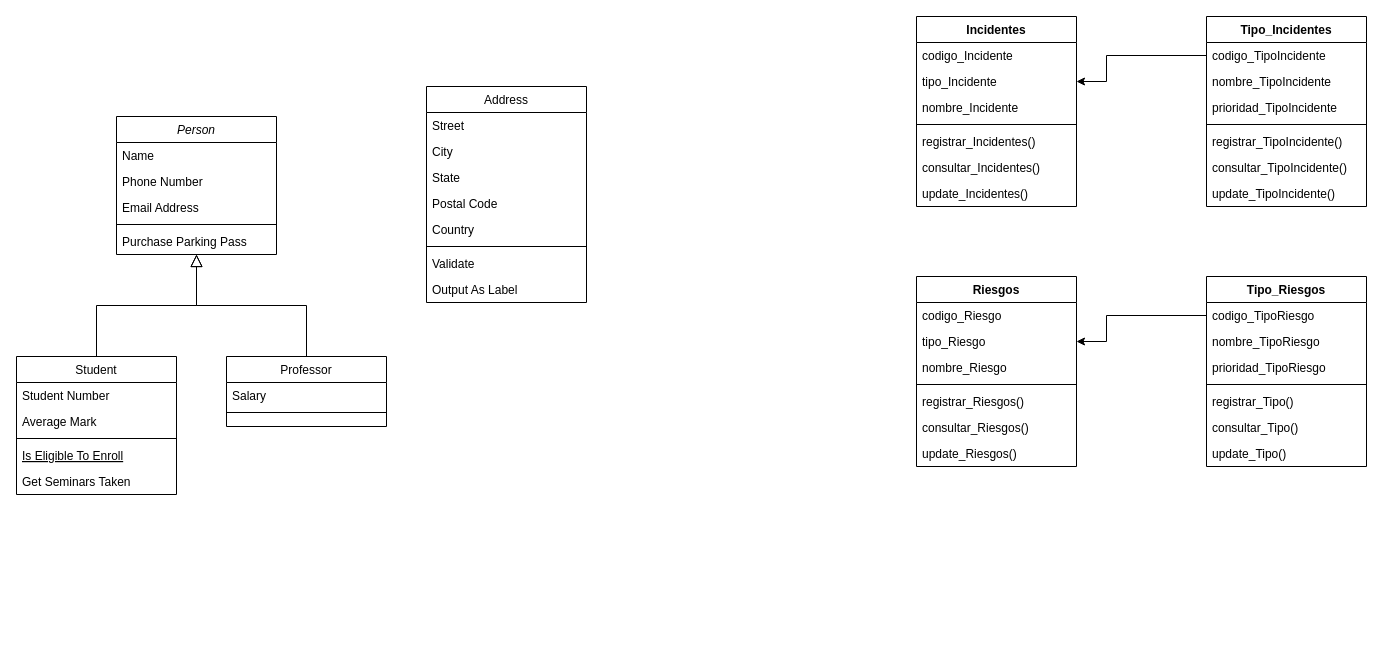
Earlier version of the draw.io diagram page "Page-1" (2 of 6) of Untitled Diagram.drawio (dpeter1290/riesgoseincidentesSST). Source tidied: cells renumbered, new cells numbered last; positions are measured from the earlier drawing's top-left corner, leaving out a move shared by most shapes. Both pictures are drawn from the tidied source at 100%, with x=0, y=0 at pixel (16, 16).
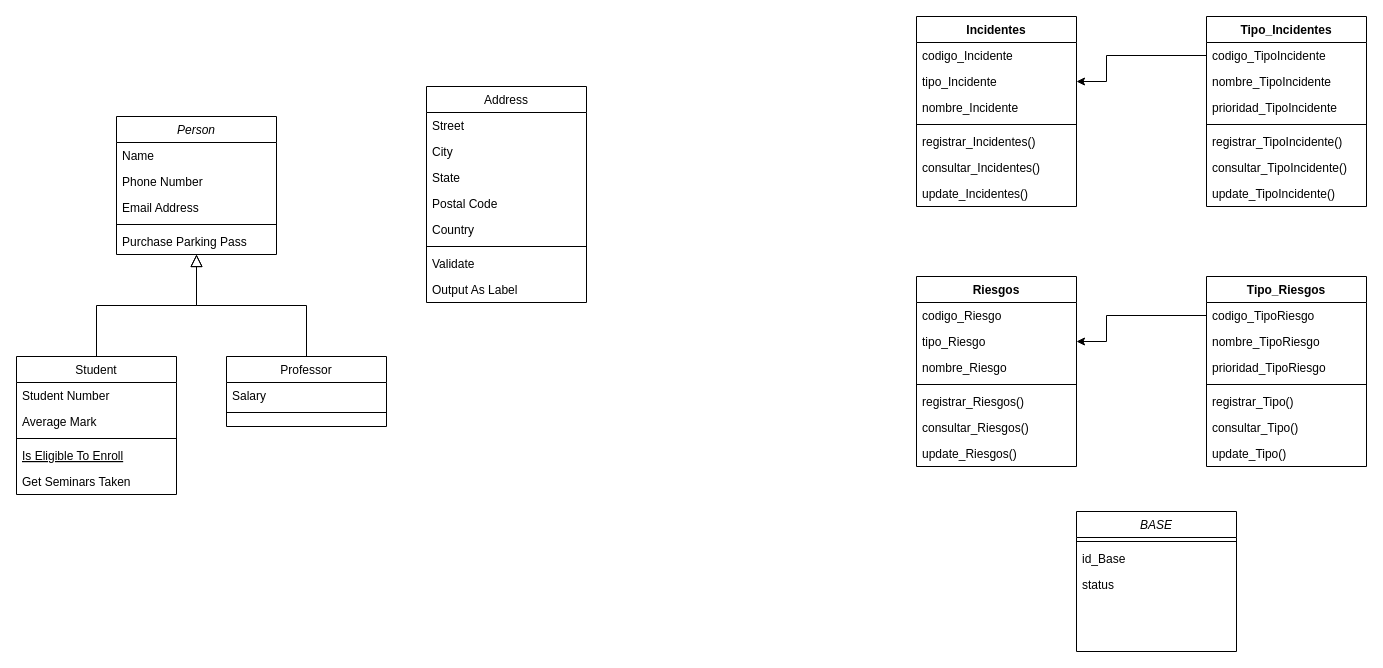
Above is the later version.

Diff of the diagram source:
```diff
@@
+    <mxCell id="62" value="BASE" style="swimlane;fontStyle=2;align=center;verticalAlign=top;horizontal=1;startSize=26;rounded=0;shadow=0;strokeWidth=1;" parent="1" vertex="1">
+      <mxGeometry x="1060" y="495" width="160" height="140" as="geometry" />
+    </mxCell>
+    <mxCell id="63" style="line;html=1;strokeWidth=1;align=left;verticalAlign=middle;spacingTop=-1;spacingLeft=3;spacingRight=3;labelPosition=right;" parent="62" vertex="1">
+      <mxGeometry y="26" width="160" height="8" as="geometry" />
+    </mxCell>
+    <mxCell id="64" value="id_Base" style="text;align=left;verticalAlign=top;spacingLeft=4;spacingRight=4;overflow=hidden;" parent="62" vertex="1">
+      <mxGeometry y="34" width="160" height="26" as="geometry" />
+    </mxCell>
+    <mxCell id="65" value="status" style="text;strokeColor=none;fillColor=none;align=left;verticalAlign=top;spacingLeft=4;spacingRight=4;overflow=hidden;" parent="62" vertex="1">
+      <mxGeometry y="60" width="160" height="26" as="geometry" />
+    </mxCell>
```
